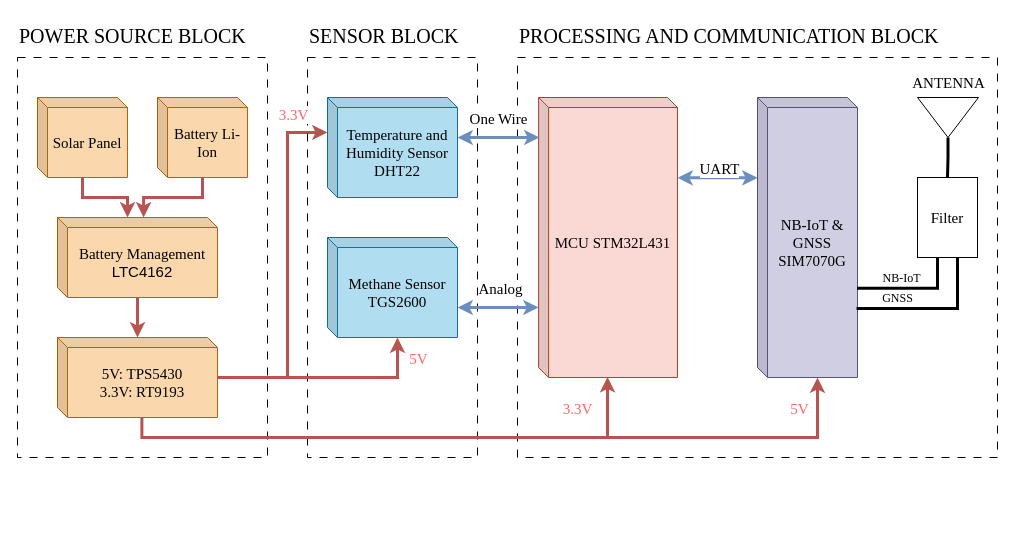
The draw.io diagram Project_overall.drawio in K2ayzz/ForDrawIO, before the edit. Source tidied: cells renumbered, new cells numbered last; positions are measured from the earlier drawing's top-left corner, leaving out a move shared by most shapes. Both pictures are drawn from the tidied source at 100%, with x=0, y=0 at pixel (17, 17).
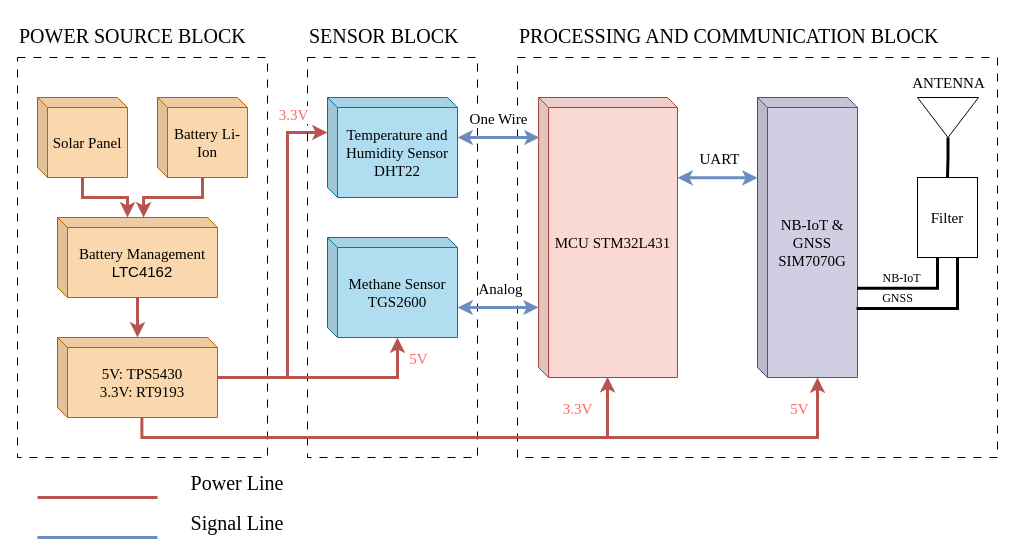
The same page after the edit.

Commit message (it also covers changes not shown here):
Cập nhật Project_overall.drawio

The change refers to these unchanged cells:
```xml
<mxCell id="24" style="edgeStyle=orthogonalEdgeStyle;rounded=0;jettySize=auto;html=1;fontFamily=Helvetica;fontSize=12;fontColor=default;startArrow=classic;startFill=1;strokeWidth=3;fillColor=#dae8fc;gradientColor=#7ea6e0;strokeColor=#6c8ebf;" parent="1" edge="1" source="17">
  <mxGeometry relative="1" as="geometry">
    <mxPoint x="740" y="160.3" as="targetPoint" />
    <Array as="points">
      <mxPoint x="740" y="160" />
    </Array>
  </mxGeometry>
</mxCell>
```

Change to the diagram source:
```diff
@@
     <mxCell id="25" value="&lt;font style=&quot;font-size: 15px;&quot; face=&quot;Times New Roman&quot;&gt;UART&lt;/font&gt;" style="edgeLabel;html=1;align=center;verticalAlign=middle;rounded=0;strokeColor=default;fontFamily=Helvetica;fontSize=12;fontColor=default;fillColor=default;" parent="24" vertex="1">
       <mxGeometry x="-0.16" y="-2" relative="1" as="geometry">
-        <mxPoint x="7" y="-12" as="offset" />
+        <mxPoint x="7" y="-22" as="offset" />
       </mxGeometry>
     </mxCell>
@@
+    <mxCell id="41" style="endArrow=none;html=1;rounded=0;fontFamily=Helvetica;fontSize=12;fontColor=default;fillColor=#f8cecc;gradientColor=#ea6b66;strokeColor=#b85450;strokeWidth=3;" parent="1" edge="1">
+      <mxGeometry relative="1" as="geometry">
+        <mxPoint x="20" y="480" as="sourcePoint" />
+        <mxPoint x="140" y="480" as="targetPoint" />
+      </mxGeometry>
+    </mxCell>
+    <mxCell id="42" style="endArrow=none;html=1;rounded=0;fontFamily=Helvetica;fontSize=12;fontColor=default;fillColor=#dae8fc;gradientColor=#7ea6e0;strokeColor=#6c8ebf;strokeWidth=3;" parent="1" edge="1">
+      <mxGeometry relative="1" as="geometry">
+        <mxPoint x="20" y="520" as="sourcePoint" />
+        <mxPoint x="140" y="520" as="targetPoint" />
+      </mxGeometry>
+    </mxCell>
+    <mxCell id="43" value="&lt;span style=&quot;font-size: 20px;&quot;&gt;&lt;font face=&quot;Times New Roman&quot;&gt;Power Line&lt;/font&gt;&lt;/span&gt;" style="text;html=1;align=center;verticalAlign=middle;whiteSpace=wrap;rounded=0;fontFamily=Helvetica;fontSize=12;fontColor=default;" parent="1" vertex="1">
+      <mxGeometry x="160" y="450" width="120" height="30" as="geometry" />
+    </mxCell>
+    <mxCell id="44" value="&lt;font face=&quot;Times New Roman&quot; style=&quot;font-size: 20px;&quot;&gt;Signal Line&lt;/font&gt;" style="text;html=1;align=center;verticalAlign=middle;whiteSpace=wrap;rounded=0;fontFamily=Helvetica;fontSize=12;fontColor=default;" parent="1" vertex="1">
+      <mxGeometry x="160" y="490" width="120" height="30" as="geometry" />
+    </mxCell>
```
